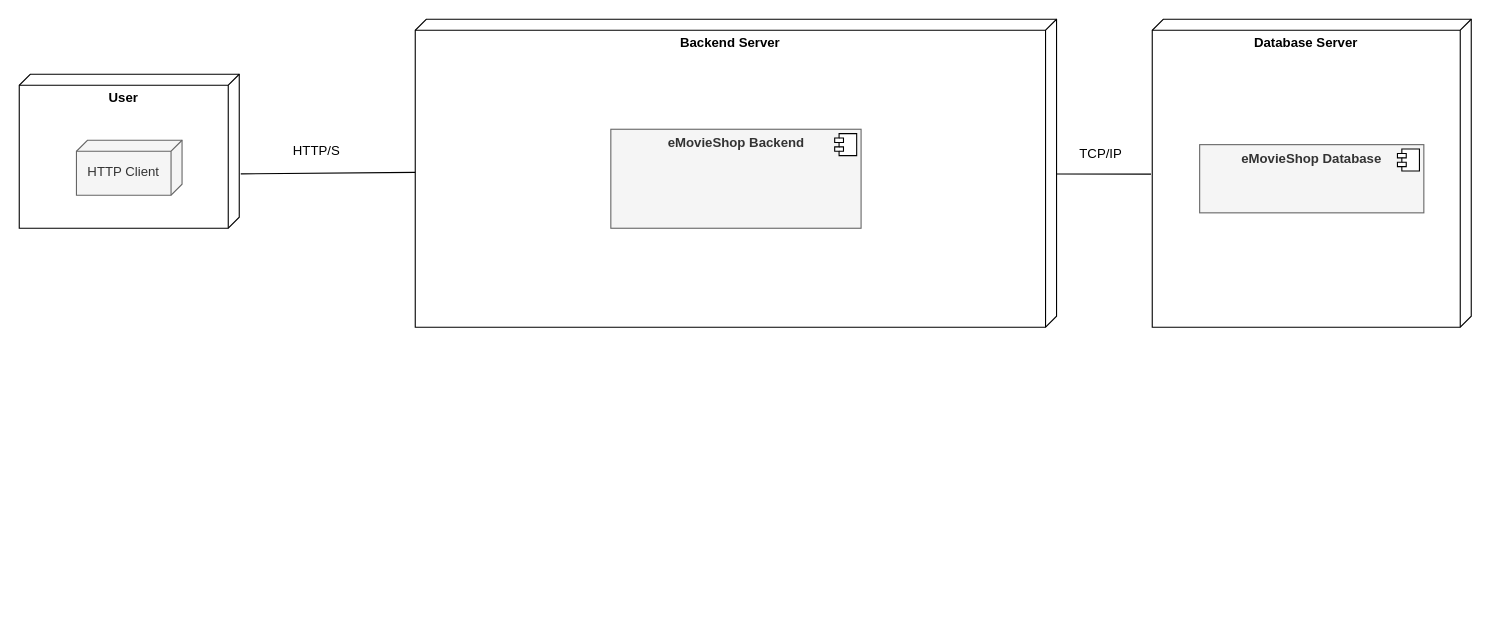
The draw.io diagram Deliverables/Phase1/ArchitectureAndDesign/diagrams/DeploymentView.drawio in mei-desofs/desofs2026-wed_nap_1-1, before the edit. Source tidied: cells renumbered, new cells numbered last; positions are measured from the earlier drawing's top-left corner, leaving out a move shared by most shapes. Both pictures are drawn from the tidied source at 110%, with x=0, y=0 at pixel (19, 19).
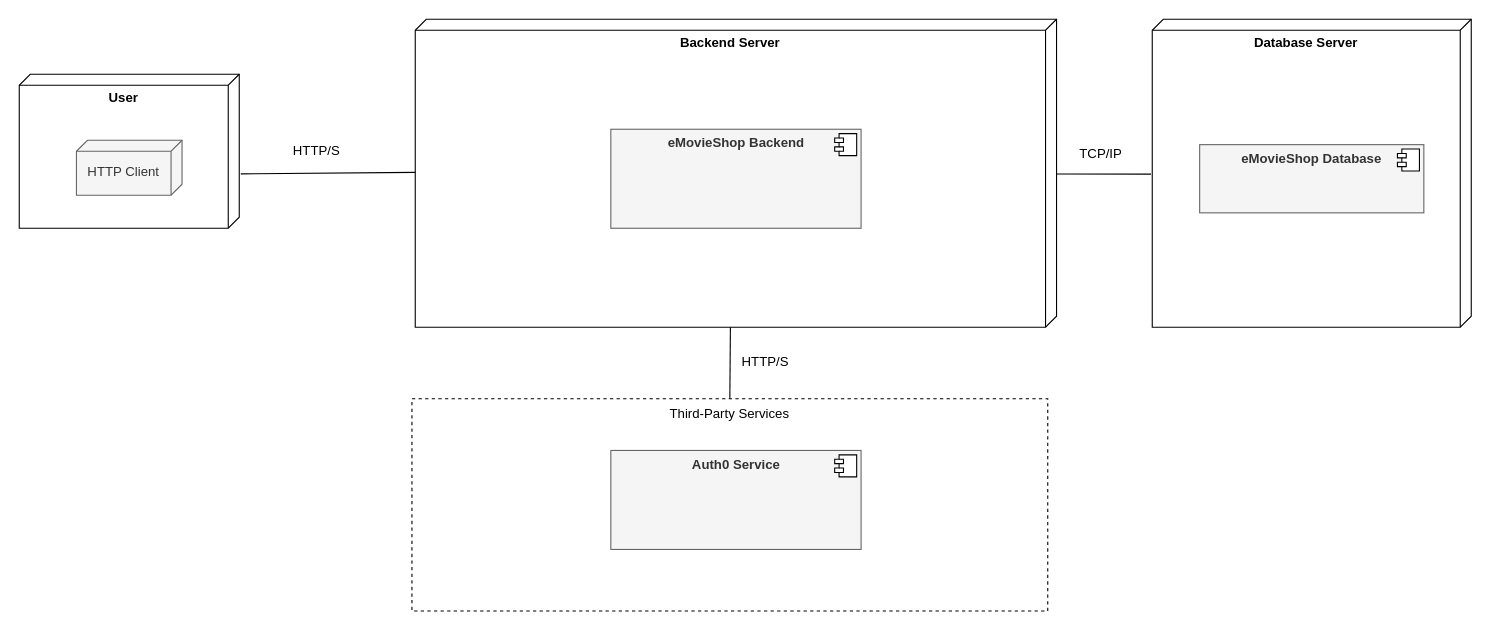
After the change.

Commit message (it also covers changes not shown here):
Updating Architecture Diagrams

The change refers to these unchanged cells:
```xml
<mxCell id="5" value="&lt;div&gt;&lt;b&gt;Backend Server&lt;/b&gt;&lt;/div&gt;" style="verticalAlign=top;align=center;spacingTop=8;spacingLeft=2;spacingRight=12;shape=cube;size=10;direction=south;fontStyle=0;html=1;whiteSpace=wrap;" parent="1" vertex="1">
  <mxGeometry x="360" width="583" height="280" as="geometry" />
</mxCell>
```

Change to the diagram source:
```diff
@@
+    <mxCell id="15" value="Third-Party Services" style="rounded=0;whiteSpace=wrap;html=1;dashed=1;labelPosition=center;verticalLabelPosition=middle;align=center;verticalAlign=top;" parent="1" vertex="1">
+      <mxGeometry x="357" y="345" width="578" height="193" as="geometry" />
+    </mxCell>
+    <mxCell id="16" value="&lt;p style=&quot;margin:0px;margin-top:6px;text-align:center;&quot;&gt;&lt;b&gt;Auth0 Service&lt;/b&gt;&lt;/p&gt;" style="align=left;overflow=fill;html=1;whiteSpace=wrap;fillColor=#f5f5f5;fontColor=#333333;strokeColor=#666666;" parent="1" vertex="1">
+      <mxGeometry x="537.8" y="392" width="227.5" height="90" as="geometry" />
+    </mxCell>
+    <mxCell id="17" style="shape=component;jettyWidth=8;jettyHeight=4;" parent="16" vertex="1">
+      <mxGeometry x="1" width="20" height="20" relative="1" as="geometry">
+        <mxPoint x="-24" y="4" as="offset" />
+      </mxGeometry>
+    </mxCell>
+    <mxCell id="18" style="endArrow=none;html=1;rounded=0;exitX=0;exitY=0;exitDx=280;exitDy=296.5;exitPerimeter=0;entryX=0.5;entryY=0;entryDx=0;entryDy=0;" parent="1" edge="1" source="5" target="15">
+      <mxGeometry relative="1" as="geometry" />
+    </mxCell>
+    <mxCell id="19" value="&lt;span style=&quot;font-weight: normal;&quot;&gt;HTTP/S&lt;/span&gt;" style="text;align=center;fontStyle=1;verticalAlign=middle;spacingLeft=3;spacingRight=3;strokeColor=none;html=1;" parent="1" vertex="1">
+      <mxGeometry x="638" y="299" width="80" height="26" as="geometry" />
+    </mxCell>
```
